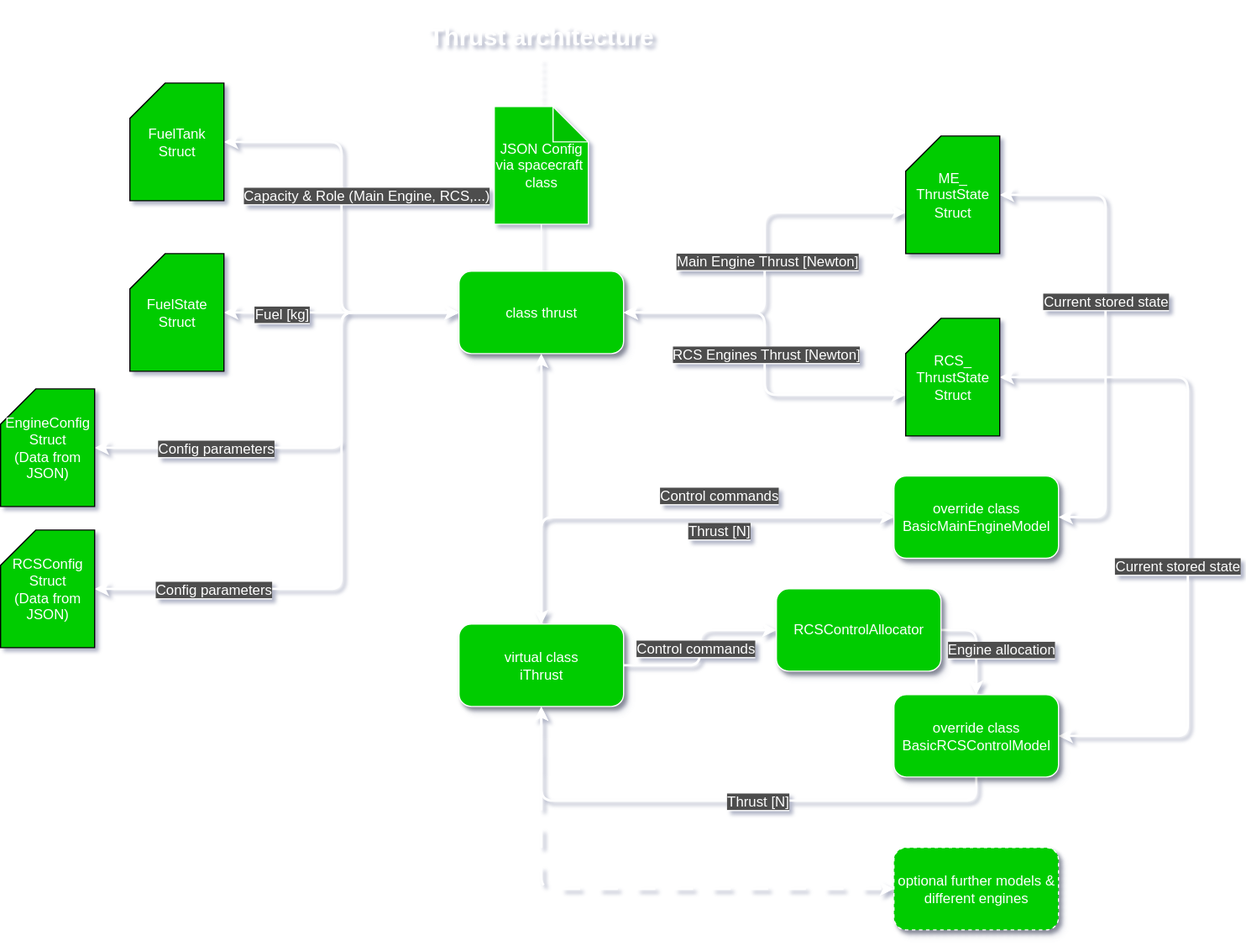
Above: static/img/architecture/thrustStructure.drawio.svg in gerd-lrt-dev/aerospace-simulation (draw.io), before the change. Source tidied: cells renumbered, new cells last; positions are measured from the earlier drawing's top-left corner, leaving out a move shared by most shapes.
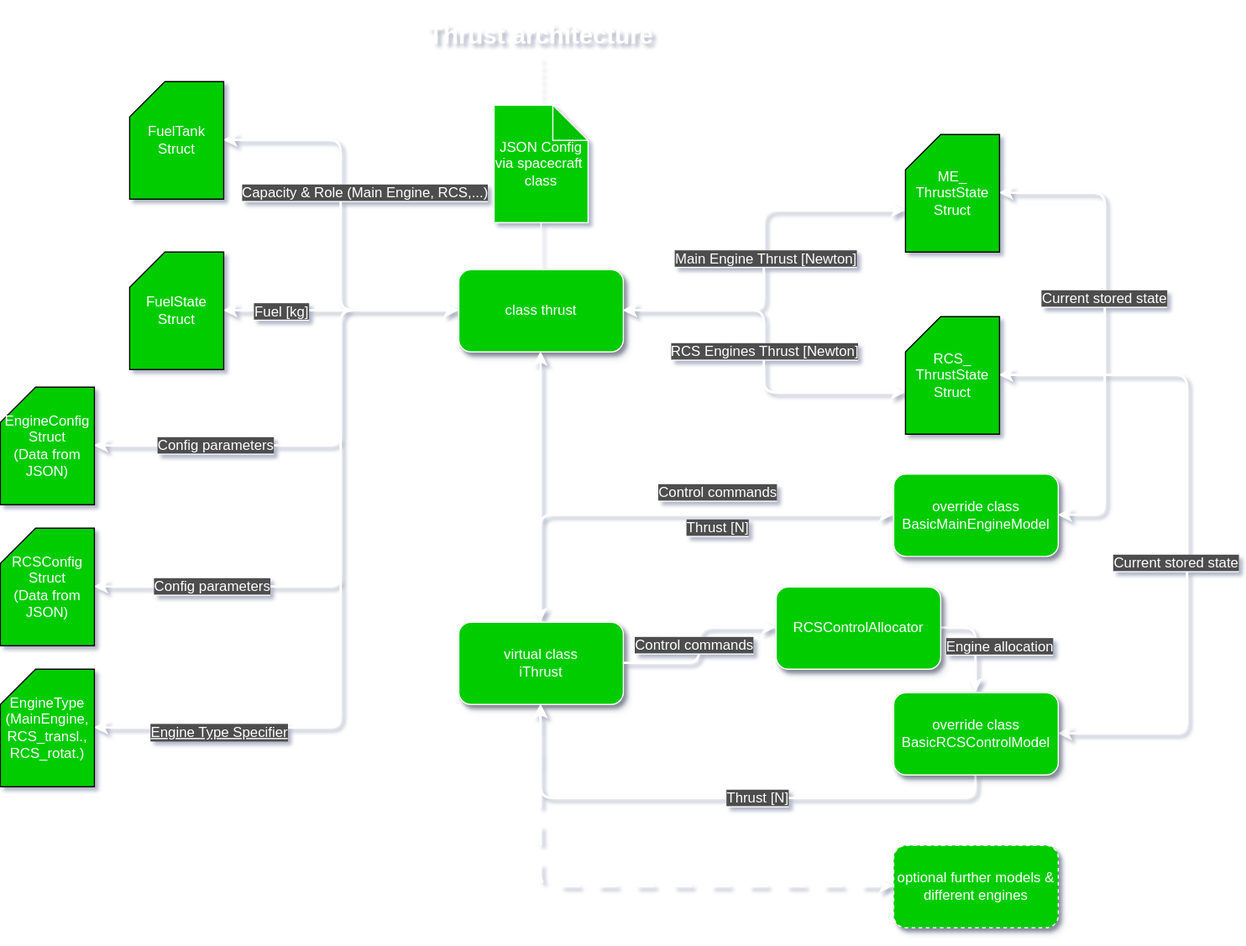
Later version of the same file.

What changed in the source:
```diff
@@ -167,5 +167,19 @@
     <mxCell id="45" value="&lt;font style=&quot;color: rgb(255, 255, 255); background-color: rgb(77, 77, 77);&quot;&gt;Current stored state&lt;/font&gt;" style="edgeLabel;html=1;align=center;verticalAlign=middle;fontSize=12;" parent="1" vertex="1">
       <mxGeometry x="1000" y="480" as="geometry" />
     </mxCell>
+    <mxCell id="46" style="edgeStyle=orthogonalEdgeStyle;rounded=1;jettySize=auto;html=1;exitX=1;exitY=0.5;exitDx=0;exitDy=0;exitPerimeter=0;entryX=0;entryY=0.5;entryDx=0;entryDy=0;strokeColor=#FFFFFF;strokeWidth=2;align=center;verticalAlign=middle;fontFamily=Helvetica;fontSize=11;fontColor=default;labelBackgroundColor=default;startArrow=classic;startFill=1;endArrow=classic;curved=0;" parent="1" edge="1" source="48" target="2">
+      <mxGeometry relative="1" as="geometry">
+        <Array as="points">
+          <mxPoint x="290" y="620" />
+          <mxPoint x="290" y="265" />
+        </Array>
+      </mxGeometry>
+    </mxCell>
+    <mxCell id="47" value="Engine Type Specifier" style="edgeLabel;html=1;align=center;verticalAlign=middle;fontFamily=Helvetica;fontSize=12;fontColor=#FFFFFF;labelBackgroundColor=#4D4D4D;fontStyle=4;" parent="46" vertex="1">
+      <mxGeometry x="-0.68" y="-4" relative="1" as="geometry" />
+    </mxCell>
+    <mxCell id="48" value="&lt;font color=&quot;#ffffff&quot;&gt;EngineType&lt;/font&gt;&lt;div&gt;&lt;font color=&quot;#ffffff&quot;&gt;(MainEngine,&lt;/font&gt;&lt;/div&gt;&lt;div&gt;&lt;font color=&quot;#ffffff&quot;&gt;RCS_transl.,&lt;/font&gt;&lt;/div&gt;&lt;div&gt;&lt;font color=&quot;#ffffff&quot;&gt;RCS_rotat.)&lt;/font&gt;&lt;/div&gt;" style="shape=card;whiteSpace=wrap;html=1;fillColor=#00CC00;" parent="1" vertex="1">
+      <mxGeometry y="570" width="80" height="100" as="geometry" />
+    </mxCell>
   </root>
 </mxGraphModel>
```
